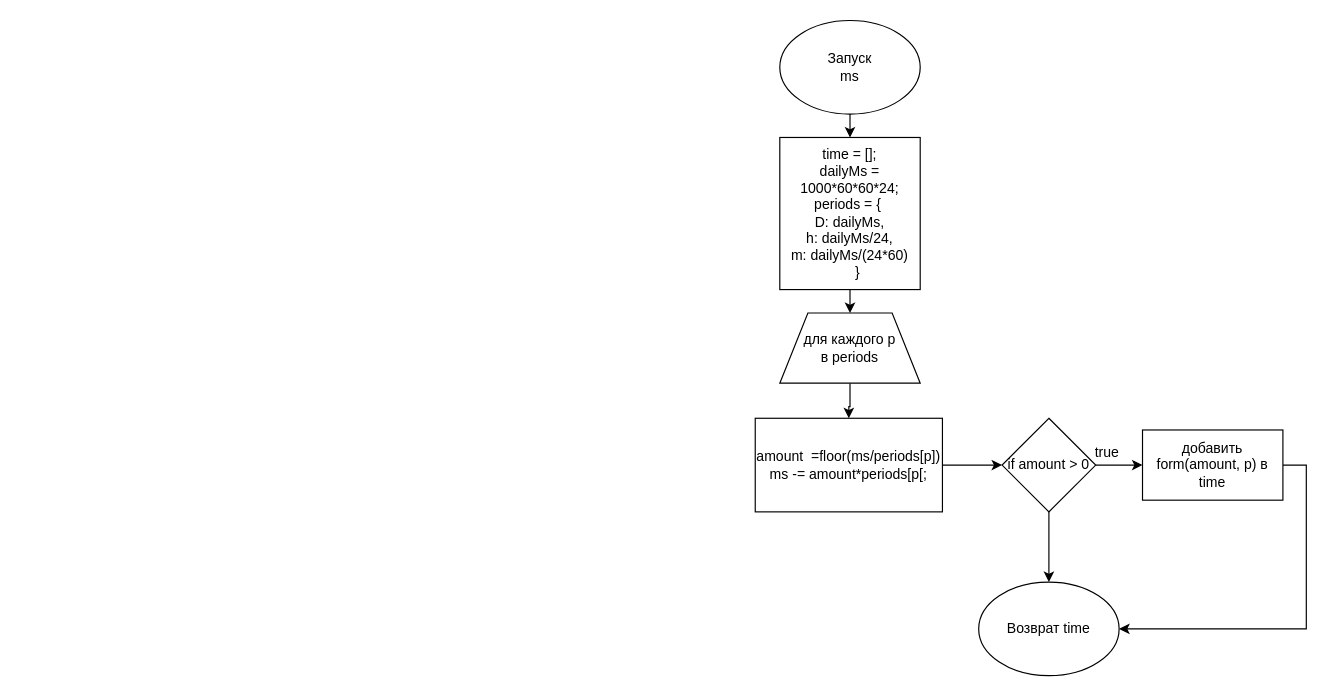
The draw.io diagram praktika/dada.drawio in bestialyokel/dgtu, before the edit. Source tidied: cells renumbered, new cells numbered last; positions are measured from the earlier drawing's top-left corner, leaving out a move shared by most shapes. Both pictures are drawn from the tidied source at 117%, with x=0, y=0 at pixel (755, 20).
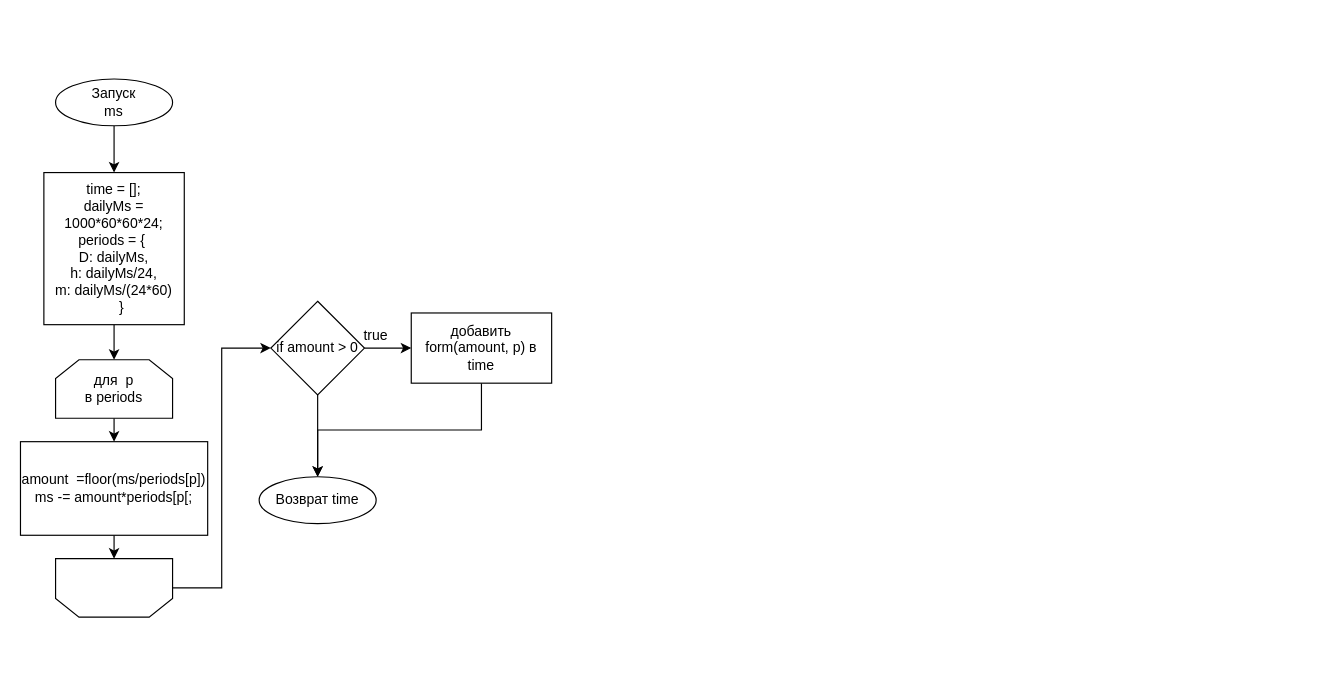
The same diagram, later.

What changed in the source:
```diff
@@
 <mxGraphModel>
   <root>
     <mxCell id="0" />
     <mxCell id="1" parent="0" />
     <mxCell id="2" style="edgeStyle=orthogonalEdgeStyle;rounded=0;jettySize=auto;html=1;exitX=0.5;exitY=1;exitDx=0;exitDy=0;entryX=0.5;entryY=0;entryDx=0;entryDy=0;" parent="1" edge="1" source="3" target="5">
       <mxGeometry relative="1" as="geometry" />
     </mxCell>
-    <mxCell id="3" value="Запуск&lt;br&gt;ms" style="ellipse;whiteSpace=wrap;html=1;" parent="1" vertex="1">
-      <mxGeometry x="21" width="120" height="80" as="geometry" />
-    </mxCell>
-    <mxCell id="4" style="edgeStyle=orthogonalEdgeStyle;rounded=0;jettySize=auto;html=1;exitX=0.5;exitY=1;exitDx=0;exitDy=0;entryX=0.5;entryY=0;entryDx=0;entryDy=0;" parent="1" edge="1" source="5" target="7">
+    <mxCell id="4" style="edgeStyle=orthogonalEdgeStyle;rounded=0;jettySize=auto;html=1;exitX=0.5;exitY=1;exitDx=0;exitDy=0;entryX=0.5;entryY=0;entryDx=0;entryDy=0;" parent="1" edge="1" source="5" target="18">
       <mxGeometry relative="1" as="geometry" />
     </mxCell>
     <mxCell id="5" value="time = [];&lt;br&gt;dailyMs = 1000*60*60*24;&lt;br&gt;&lt;div&gt;periods = {&amp;nbsp;&lt;/div&gt;&lt;div&gt;D: dailyMs,&lt;/div&gt;&lt;div&gt;&lt;span&gt;h: dailyMs/24,&lt;/span&gt;&lt;/div&gt;&lt;div&gt;&lt;span&gt;m: dailyMs/(24*60)&lt;/span&gt;&lt;/div&gt;&lt;div&gt;&amp;nbsp; &amp;nbsp; }&lt;/div&gt;" style="rounded=0;whiteSpace=wrap;html=1;" parent="1" vertex="1">
-      <mxGeometry x="21" y="100" width="120" height="130" as="geometry" />
+      <mxGeometry x="-608" y="130" width="120" height="130" as="geometry" />
     </mxCell>
-    <mxCell id="6" style="edgeStyle=orthogonalEdgeStyle;rounded=0;jettySize=auto;html=1;exitX=0.5;exitY=1;exitDx=0;exitDy=0;" parent="1" edge="1" source="7" target="9">
-      <mxGeometry relative="1" as="geometry" />
+    <mxCell id="6" style="edgeStyle=orthogonalEdgeStyle;rounded=0;jettySize=auto;html=1;exitX=0.5;exitY=1;exitDx=0;exitDy=0;entryX=0.5;entryY=0;entryDx=0;entryDy=0;entryPerimeter=0;" parent="1" edge="1" target="9">
+      <mxGeometry relative="1" as="geometry">
+        <mxPoint x="-548" y="340" as="sourcePoint" />
+      </mxGeometry>
     </mxCell>
-    <mxCell id="7" value="для каждого p&lt;br&gt;в periods" style="shape=trapezoid;perimeter=trapezoidPerimeter;whiteSpace=wrap;html=1;" parent="1" vertex="1">
-      <mxGeometry x="21" y="250" width="120" height="60" as="geometry" />
-    </mxCell>
-    <mxCell id="8" style="edgeStyle=orthogonalEdgeStyle;rounded=0;jettySize=auto;html=1;exitX=1;exitY=0.5;exitDx=0;exitDy=0;" parent="1" edge="1" source="9" target="12">
-      <mxGeometry relative="1" as="geometry" />
-    </mxCell>
+    <mxCell id="17" style="edgeStyle=orthogonalEdgeStyle;rounded=0;jettySize=auto;html=1;exitX=0.5;exitY=1;exitDx=0;exitDy=0;entryX=0.5;entryY=1;entryDx=0;entryDy=0;" parent="1" edge="1" source="9" target="20">
+      <mxGeometry relative="1" as="geometry" />
+    </mxCell>
     <mxCell id="9" value="amount&amp;nbsp; =floor(ms/periods[p])&lt;br&gt;ms -= amount*periods[p[;" style="rounded=0;whiteSpace=wrap;html=1;" parent="1" vertex="1">
-      <mxGeometry y="340" width="160" height="80" as="geometry" />
+      <mxGeometry x="-628" y="360" width="160" height="80" as="geometry" />
     </mxCell>
     <mxCell id="10" style="edgeStyle=orthogonalEdgeStyle;rounded=0;jettySize=auto;html=1;exitX=1;exitY=0.5;exitDx=0;exitDy=0;entryX=0;entryY=0.5;entryDx=0;entryDy=0;" parent="1" edge="1" source="12" target="14">
       <mxGeometry relative="1" as="geometry" />
     </mxCell>
     <mxCell id="11" style="edgeStyle=orthogonalEdgeStyle;rounded=0;jettySize=auto;html=1;exitX=0.5;exitY=1;exitDx=0;exitDy=0;entryX=0.5;entryY=0;entryDx=0;entryDy=0;" parent="1" edge="1" source="12" target="15">
       <mxGeometry relative="1" as="geometry" />
     </mxCell>
     <mxCell id="12" value="if amount &amp;gt; 0" style="rhombus;whiteSpace=wrap;html=1;" parent="1" vertex="1">
-      <mxGeometry x="211" y="340" width="80" height="80" as="geometry" />
+      <mxGeometry x="-414" y="240" width="80" height="80" as="geometry" />
     </mxCell>
-    <mxCell id="13" style="edgeStyle=orthogonalEdgeStyle;rounded=0;jettySize=auto;html=1;exitX=1;exitY=0.5;exitDx=0;exitDy=0;entryX=1;entryY=0.5;entryDx=0;entryDy=0;" parent="1" edge="1" source="14" target="15">
+    <mxCell id="13" style="edgeStyle=orthogonalEdgeStyle;rounded=0;jettySize=auto;html=1;exitX=0.5;exitY=1;exitDx=0;exitDy=0;entryX=0.5;entryY=0;entryDx=0;entryDy=0;" parent="1" edge="1" source="14" target="15">
       <mxGeometry relative="1" as="geometry" />
     </mxCell>
     <mxCell id="14" value="добавить form(amount, p) в time" style="rounded=0;whiteSpace=wrap;html=1;" parent="1" vertex="1">
-      <mxGeometry x="331" y="350" width="120" height="60" as="geometry" />
+      <mxGeometry x="-294" y="250" width="120" height="60" as="geometry" />
     </mxCell>
+    <mxCell id="16" value="true" style="text;html=1;strokeColor=none;fillColor=none;align=center;verticalAlign=middle;whiteSpace=wrap;rounded=0;" parent="1" vertex="1">
+      <mxGeometry x="-344" y="260" width="40" height="20" as="geometry" />
+    </mxCell>
+    <mxCell id="18" value="&lt;span style=&quot;white-space: normal&quot;&gt;для&amp;nbsp; p&lt;/span&gt;&lt;br style=&quot;white-space: normal&quot;&gt;&lt;span style=&quot;white-space: normal&quot;&gt;в periods&lt;/span&gt;" style="shape=loopLimit;whiteSpace=wrap;html=1;" parent="1" vertex="1">
+      <mxGeometry x="-598" y="290" width="100" height="50" as="geometry" />
+    </mxCell>
-    <mxCell id="15" value="Возврат time" style="ellipse;whiteSpace=wrap;html=1;" parent="1" vertex="1">
-      <mxGeometry x="191" y="480" width="120" height="80" as="geometry" />
+    <mxCell id="15" value="Возврат time" style="ellipse;whiteSpace=wrap;html=1;align=center;" parent="1" vertex="1">
+      <mxGeometry x="-424" y="390" width="100" height="40" as="geometry" />
     </mxCell>
-    <mxCell id="16" value="true" style="text;html=1;strokeColor=none;fillColor=none;align=center;verticalAlign=middle;whiteSpace=wrap;rounded=0;" parent="1" vertex="1">
-      <mxGeometry x="281" y="360" width="40" height="20" as="geometry" />
-    </mxCell>
+    <mxCell id="3" value="Запуск&lt;br&gt;ms" style="ellipse;whiteSpace=wrap;html=1;align=center;" parent="1" vertex="1">
+      <mxGeometry x="-598" y="50" width="100" height="40" as="geometry" />
+    </mxCell>
+    <mxCell id="19" style="edgeStyle=orthogonalEdgeStyle;rounded=0;jettySize=auto;html=1;exitX=0;exitY=0.5;exitDx=0;exitDy=0;entryX=0;entryY=0.5;entryDx=0;entryDy=0;" parent="1" edge="1" source="20" target="12">
+      <mxGeometry relative="1" as="geometry" />
+    </mxCell>
+    <mxCell id="20" style="shape=loopLimit;whiteSpace=wrap;html=1;rotation=180;" parent="1" vertex="1">
+      <mxGeometry x="-598" y="460" width="100" height="50" as="geometry" />
+    </mxCell>
   </root>
 </mxGraphModel>
```
